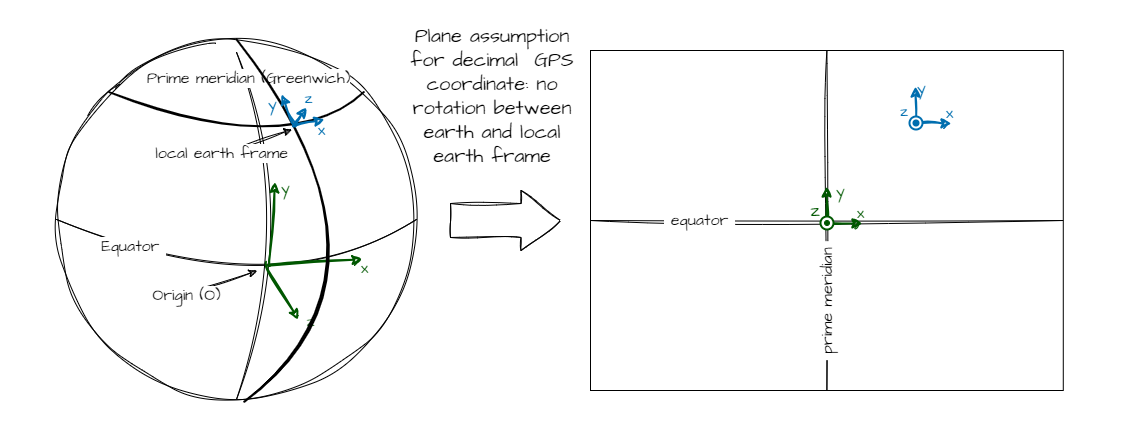
The draw.io diagram docs/user_guide/assets/earth_frame.drawio.png in phlowers/mechaphlowers, before a commit. Source tidied: cells renumbered, new cells last; positions are measured from the earlier drawing's top-left corner, leaving out a move shared by most shapes.
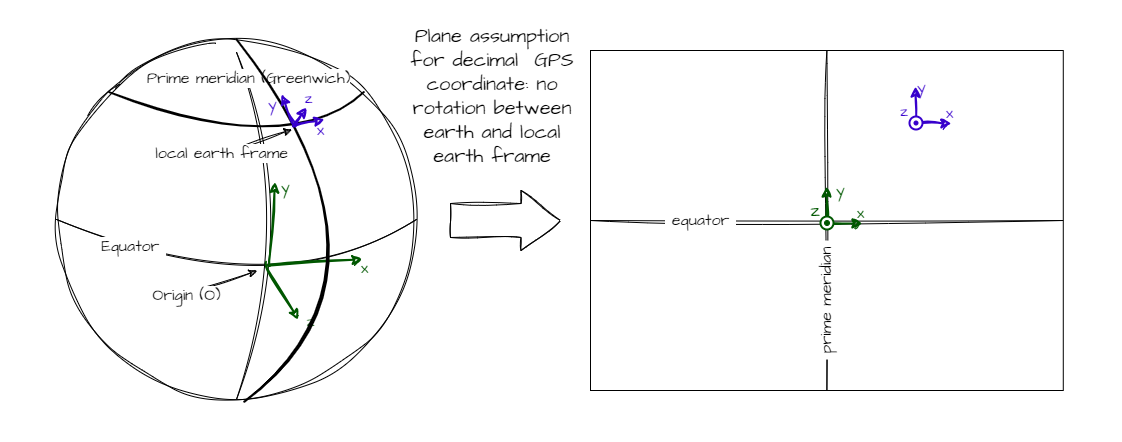
After the change.

Change to the diagram source:
```diff
@@ -64,19 +64,19 @@
         </Array>
       </mxGeometry>
     </mxCell>
-    <mxCell id="12" value="y" style="endArrow=classic;html=1;sketch=1;hachureGap=4;jiggle=2;curveFitting=1;fontFamily=Architects Daughter;fontSource=https%3A%2F%2Ffonts.googleapis.com%2Fcss%3Ffamily%3DArchitects%2BDaughter;fontSize=16;curved=1;endFill=1;fillColor=#1ba1e2;strokeColor=#006EAF;strokeWidth=2;fontColor=#006EAF;labelBackgroundColor=none;" parent="1" edge="1">
+    <mxCell id="12" value="y" style="endArrow=classic;html=1;sketch=1;hachureGap=4;jiggle=2;curveFitting=1;fontFamily=Architects Daughter;fontSource=https%3A%2F%2Ffonts.googleapis.com%2Fcss%3Ffamily%3DArchitects%2BDaughter;fontSize=16;curved=1;endFill=1;fillColor=#6a00ff;strokeColor=#3700CC;strokeWidth=2;fontColor=#3700CC;labelBackgroundColor=none;" parent="1" edge="1">
       <mxGeometry x="0.7" y="12" relative="1" as="geometry">
         <mxPoint x="295" y="126" as="sourcePoint" />
         <mxPoint x="281" y="93.9" as="targetPoint" />
       </mxGeometry>
     </mxCell>
-    <mxCell id="13" value="x" style="endArrow=classic;html=1;sketch=1;hachureGap=4;jiggle=2;curveFitting=1;fontFamily=Architects Daughter;fontSource=https%3A%2F%2Ffonts.googleapis.com%2Fcss%3Ffamily%3DArchitects%2BDaughter;fontSize=16;curved=1;endFill=1;fillColor=#1ba1e2;strokeColor=#006EAF;strokeWidth=2;fontColor=#006EAF;labelBackgroundColor=none;" parent="1" edge="1">
+    <mxCell id="13" value="x" style="endArrow=classic;html=1;sketch=1;hachureGap=4;jiggle=2;curveFitting=1;fontFamily=Architects Daughter;fontSource=https%3A%2F%2Ffonts.googleapis.com%2Fcss%3Ffamily%3DArchitects%2BDaughter;fontSize=16;curved=1;endFill=1;fillColor=#6a00ff;strokeColor=#3700CC;strokeWidth=2;fontColor=#3700CC;labelBackgroundColor=none;" parent="1" edge="1">
       <mxGeometry x="0.62" y="-10" relative="1" as="geometry">
         <mxPoint x="293" y="126" as="sourcePoint" />
         <mxPoint x="324" y="118.9" as="targetPoint" />
       </mxGeometry>
     </mxCell>
-    <mxCell id="14" value="z" style="endArrow=classic;html=1;sketch=1;hachureGap=4;jiggle=2;curveFitting=1;fontFamily=Architects Daughter;fontSource=https%3A%2F%2Ffonts.googleapis.com%2Fcss%3Ffamily%3DArchitects%2BDaughter;fontSize=16;curved=1;endFill=1;fillColor=#1ba1e2;strokeColor=#006EAF;strokeWidth=2;fontColor=#006EAF;" parent="1" edge="1">
+    <mxCell id="14" value="z" style="endArrow=classic;html=1;sketch=1;hachureGap=4;jiggle=2;curveFitting=1;fontFamily=Architects Daughter;fontSource=https%3A%2F%2Ffonts.googleapis.com%2Fcss%3Ffamily%3DArchitects%2BDaughter;fontSize=16;curved=1;endFill=1;fillColor=#6a00ff;strokeColor=#3700CC;strokeWidth=2;fontColor=#3700CC;" parent="1" edge="1">
       <mxGeometry x="1" y="10" relative="1" as="geometry">
         <mxPoint x="294" y="124" as="sourcePoint" />
         <mxPoint x="306" y="106.9" as="targetPoint" />
@@ -96,25 +96,25 @@
     <mxCell id="17" style="group;rotation=-90;strokeColor=none;" parent="1" vertex="1">
       <mxGeometry x="900" y="80" width="43" height="55.8" as="geometry" />
     </mxCell>
-    <mxCell id="18" value="x" style="endArrow=classic;html=1;sketch=1;hachureGap=4;jiggle=2;curveFitting=1;fontFamily=Architects Daughter;fontSource=https%3A%2F%2Ffonts.googleapis.com%2Fcss%3Ffamily%3DArchitects%2BDaughter;fontSize=16;fillColor=#d80073;strokeColor=#006EAF;fontColor=#006EAF;labelBackgroundColor=none;strokeWidth=2;" parent="17" edge="1">
+    <mxCell id="18" value="x" style="endArrow=classic;html=1;sketch=1;hachureGap=4;jiggle=2;curveFitting=1;fontFamily=Architects Daughter;fontSource=https%3A%2F%2Ffonts.googleapis.com%2Fcss%3Ffamily%3DArchitects%2BDaughter;fontSize=16;fillColor=#d80073;strokeColor=#3700CC;fontColor=#3700CC;labelBackgroundColor=none;strokeWidth=2;" parent="17" edge="1">
       <mxGeometry x="0.9" y="10" relative="1" as="geometry">
         <mxPoint x="17" y="43" as="sourcePoint" />
         <mxPoint x="51" y="43" as="targetPoint" />
       </mxGeometry>
     </mxCell>
-    <mxCell id="19" value="y" style="endArrow=classic;html=1;sketch=1;hachureGap=4;jiggle=2;curveFitting=1;fontFamily=Architects Daughter;fontSource=https%3A%2F%2Ffonts.googleapis.com%2Fcss%3Ffamily%3DArchitects%2BDaughter;fontSize=16;labelBackgroundColor=none;fontColor=#006EAF;fillColor=#d80073;strokeColor=#006EAF;strokeWidth=2;" parent="17" edge="1">
+    <mxCell id="19" value="y" style="endArrow=classic;html=1;sketch=1;hachureGap=4;jiggle=2;curveFitting=1;fontFamily=Architects Daughter;fontSource=https%3A%2F%2Ffonts.googleapis.com%2Fcss%3Ffamily%3DArchitects%2BDaughter;fontSize=16;labelBackgroundColor=none;fontColor=#3700CC;fillColor=#d80073;strokeColor=#3700CC;strokeWidth=2;" parent="17" edge="1">
       <mxGeometry x="0.95" y="-6" relative="1" as="geometry">
         <mxPoint x="15" y="43" as="sourcePoint" />
         <mxPoint x="15" y="6" as="targetPoint" />
       </mxGeometry>
     </mxCell>
-    <mxCell id="20" style="ellipse;whiteSpace=wrap;html=1;hachureGap=4;fontFamily=Architects Daughter;fontSource=https%3A%2F%2Ffonts.googleapis.com%2Fcss%3Ffamily%3DArchitects%2BDaughter;fontSize=16;fontColor=#006EAF;labelBackgroundColor=none;endArrow=classic;rounded=1;strokeColor=#006EAF;fillColor=default;verticalAlign=middle;strokeWidth=2;rotation=-90;" parent="17" vertex="1">
+    <mxCell id="20" style="ellipse;whiteSpace=wrap;html=1;hachureGap=4;fontFamily=Architects Daughter;fontSource=https%3A%2F%2Ffonts.googleapis.com%2Fcss%3Ffamily%3DArchitects%2BDaughter;fontSize=16;fontColor=#006EAF;labelBackgroundColor=none;endArrow=classic;rounded=1;strokeColor=#3700CC;fillColor=default;verticalAlign=middle;strokeWidth=2;rotation=-90;" parent="17" vertex="1">
       <mxGeometry x="9" y="36" width="13" height="13" as="geometry" />
     </mxCell>
-    <mxCell id="21" style="ellipse;whiteSpace=wrap;html=1;hachureGap=4;fontFamily=Architects Daughter;fontSource=https%3A%2F%2Ffonts.googleapis.com%2Fcss%3Ffamily%3DArchitects%2BDaughter;fontSize=16;fontColor=#006EAF;labelBackgroundColor=none;endArrow=classic;rounded=1;strokeColor=#006EAF;fillColor=#006EAF;verticalAlign=middle;gradientColor=none;rotation=-90;strokeWidth=2;" parent="17" vertex="1">
+    <mxCell id="21" style="ellipse;whiteSpace=wrap;html=1;hachureGap=4;fontFamily=Architects Daughter;fontSource=https%3A%2F%2Ffonts.googleapis.com%2Fcss%3Ffamily%3DArchitects%2BDaughter;fontSize=16;fontColor=#006EAF;labelBackgroundColor=none;endArrow=classic;rounded=1;strokeColor=none;fillColor=#3700CC;verticalAlign=middle;gradientColor=none;rotation=-90;strokeWidth=2;" parent="17" vertex="1">
       <mxGeometry x="13" y="40" width="5" height="5" as="geometry" />
     </mxCell>
-    <mxCell id="22" value="z" style="text;html=1;strokeColor=none;fillColor=none;align=center;verticalAlign=middle;whiteSpace=wrap;rounded=1;labelBackgroundColor=none;sketch=1;hachureGap=4;jiggle=2;curveFitting=1;fontFamily=Architects Daughter;fontSource=https%3A%2F%2Ffonts.googleapis.com%2Fcss%3Ffamily%3DArchitects%2BDaughter;fontSize=16;fontColor=#006EAF;rotation=0;endArrow=classic;strokeWidth=2;" parent="17" vertex="1">
+    <mxCell id="22" value="z" style="text;html=1;strokeColor=none;fillColor=none;align=center;verticalAlign=middle;whiteSpace=wrap;rounded=1;labelBackgroundColor=none;sketch=1;hachureGap=4;jiggle=2;curveFitting=1;fontFamily=Architects Daughter;fontSource=https%3A%2F%2Ffonts.googleapis.com%2Fcss%3Ffamily%3DArchitects%2BDaughter;fontSize=16;fontColor=#3700CC;rotation=0;endArrow=classic;strokeWidth=2;" parent="17" vertex="1">
       <mxGeometry x="-6" y="21" width="20" height="20" as="geometry" />
     </mxCell>
     <mxCell id="23" value="&amp;nbsp;prime meridian&amp;nbsp;" style="edgeStyle=none;sketch=1;hachureGap=4;jiggle=2;curveFitting=1;html=1;exitX=0.5;exitY=0;exitDx=0;exitDy=0;entryX=0.5;entryY=1;entryDx=0;entryDy=0;fontFamily=Architects Daughter;fontSource=https%3A%2F%2Ffonts.googleapis.com%2Fcss%3Ffamily%3DArchitects%2BDaughter;fontSize=16;endArrow=none;endFill=0;horizontal=0;" parent="1" edge="1" source="16" target="16">
```
